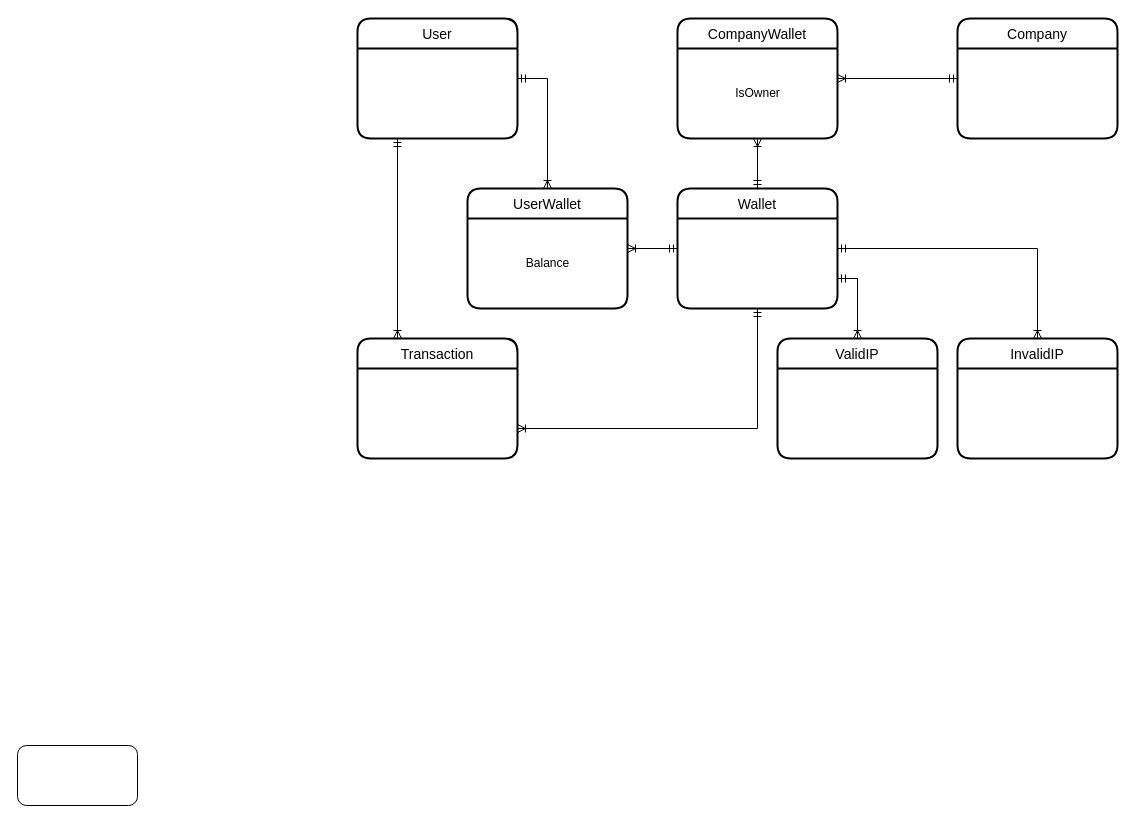
Dariush-Tasdighi/Wallet keeps this draw.io diagram as Dtat.Wallet.Abstractions/Documents/Wallet.drawio. Above is the earlier version. Source tidied: cells renumbered, new cells numbered last; positions are measured from the earlier drawing's top-left corner, leaving out a move shared by most shapes. Both pictures are drawn from the tidied source at 100%, with x=0, y=0 at pixel (17, 18).
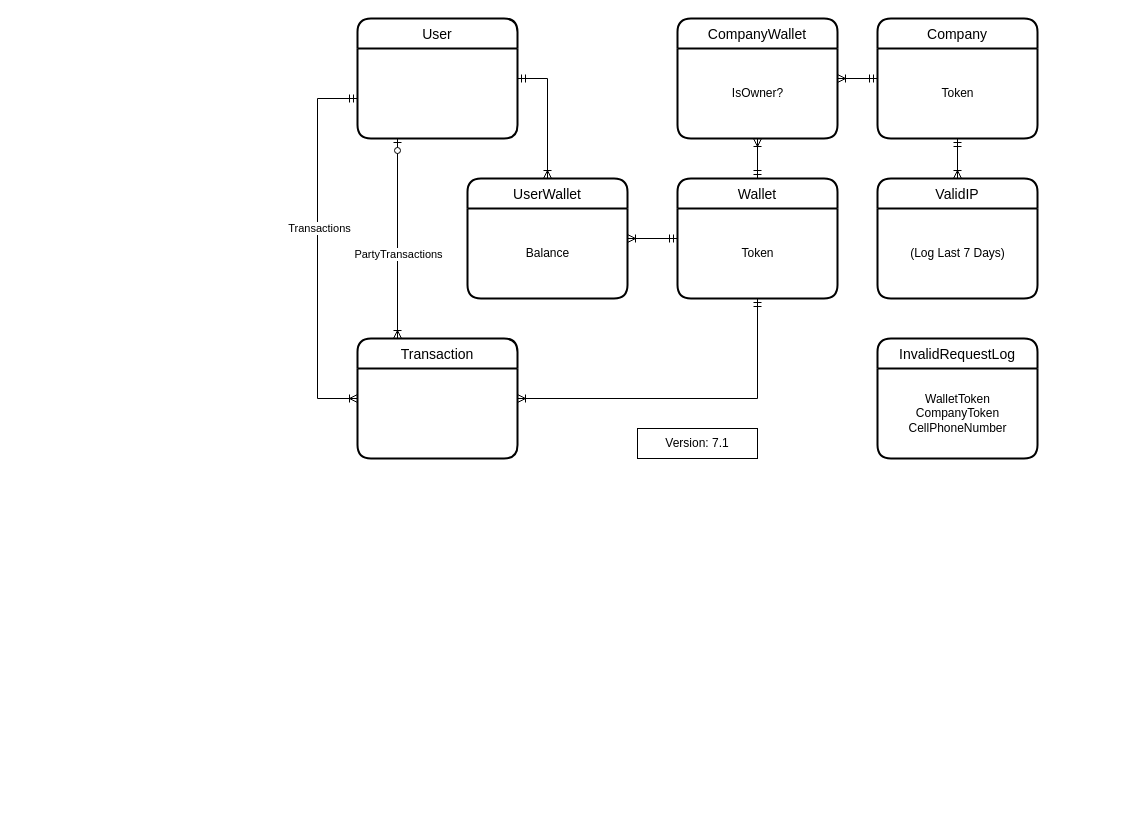
Above is the later version.

The change refers to these unchanged cells:
```xml
<mxCell id="2" value="User" style="swimlane;horizontal=1;startSize=30;rounded=1;fontSize=14;fontStyle=0;strokeWidth=2;shadow=0;dashed=0;align=center;" parent="1" vertex="1">
  <mxGeometry x="340" width="160" height="120" as="geometry" />
</mxCell>
<mxCell id="10" value="Transaction" style="swimlane;horizontal=1;startSize=30;rounded=1;fontSize=14;fontStyle=0;strokeWidth=2;shadow=0;dashed=0;align=center;" parent="1" vertex="1">
  <mxGeometry x="340" y="320" width="160" height="120" as="geometry" />
</mxCell>
<mxCell id="17" value="CompanyWallet" style="swimlane;horizontal=1;startSize=30;rounded=1;fontSize=14;fontStyle=0;strokeWidth=2;shadow=0;dashed=0;align=center;" parent="1" vertex="1">
  <mxGeometry x="660" width="160" height="120" as="geometry" />
</mxCell>
```

The edit, as a diff of the source:
```diff
@@
     <mxCell id="3" value="Company" style="swimlane;horizontal=1;startSize=30;rounded=1;fontSize=14;fontStyle=0;strokeWidth=2;shadow=0;dashed=0;align=center;" parent="1" vertex="1">
-      <mxGeometry x="940" width="160" height="120" as="geometry" />
+      <mxGeometry x="860" width="160" height="120" as="geometry" />
     </mxCell>
+    <mxCell id="21" value="Token" style="text;html=1;align=center;verticalAlign=middle;strokeColor=none;fillColor=none;" parent="3" vertex="1">
+      <mxGeometry y="30" width="160" height="90" as="geometry" />
+    </mxCell>
     <mxCell id="4" value="Wallet" style="swimlane;horizontal=1;startSize=30;rounded=1;fontSize=14;fontStyle=0;strokeWidth=2;shadow=0;dashed=0;align=center;" parent="1" vertex="1">
-      <mxGeometry x="660" y="170" width="160" height="120" as="geometry" />
+      <mxGeometry x="660" y="160" width="160" height="120" as="geometry" />
     </mxCell>
+    <mxCell id="22" value="Token" style="text;html=1;align=center;verticalAlign=middle;strokeColor=none;fillColor=none;" parent="4" vertex="1">
+      <mxGeometry y="30" width="160" height="90" as="geometry" />
+    </mxCell>
@@
     <mxCell id="6" value="UserWallet" style="swimlane;horizontal=1;startSize=30;rounded=1;fontSize=14;fontStyle=0;strokeWidth=2;shadow=0;dashed=0;align=center;" parent="1" vertex="1">
-      <mxGeometry x="450" y="170" width="160" height="120" as="geometry" />
+      <mxGeometry x="450" y="160" width="160" height="120" as="geometry" />
     </mxCell>
@@
-    <mxCell id="11" style="edgeStyle=orthogonalEdgeStyle;fontSize=12;html=1;endArrow=ERoneToMany;startArrow=ERmandOne;rounded=0;entryX=1;entryY=0.75;entryDx=0;entryDy=0;exitX=0.5;exitY=1;exitDx=0;exitDy=0;" parent="1" edge="1" source="4" target="10">
+    <mxCell id="11" style="edgeStyle=orthogonalEdgeStyle;fontSize=12;html=1;endArrow=ERoneToMany;startArrow=ERmandOne;rounded=0;entryX=1;entryY=0.5;entryDx=0;entryDy=0;exitX=0.5;exitY=1;exitDx=0;exitDy=0;" parent="1" edge="1" source="4" target="10">
       <mxGeometry relative="1" as="geometry" />
     </mxCell>
-    <mxCell id="12" style="fontSize=12;html=1;endArrow=ERoneToMany;startArrow=ERmandOne;rounded=0;entryX=0.25;entryY=0;entryDx=0;entryDy=0;exitX=0.25;exitY=1;exitDx=0;exitDy=0;" parent="1" edge="1" source="2" target="10">
-      <mxGeometry relative="1" as="geometry" />
+    <mxCell id="12" style="fontSize=12;html=1;endArrow=ERoneToMany;startArrow=ERmandOne;rounded=0;entryX=0;entryY=0.5;entryDx=0;entryDy=0;edgeStyle=orthogonalEdgeStyle;" parent="1" edge="1" target="10">
+      <mxGeometry relative="1" as="geometry">
+        <mxPoint x="340" y="80" as="sourcePoint" />
+        <Array as="points">
+          <mxPoint x="300" y="80" />
+          <mxPoint x="300" y="380" />
+        </Array>
+      </mxGeometry>
     </mxCell>
+    <mxCell id="23" value="Transactions" style="edgeLabel;html=1;align=center;verticalAlign=middle;" parent="12" vertex="1">
+      <mxGeometry x="-0.12" y="1" relative="1" as="geometry">
+        <mxPoint y="2" as="offset" />
+      </mxGeometry>
+    </mxCell>
     <mxCell id="13" value="ValidIP" style="swimlane;horizontal=1;startSize=30;rounded=1;fontSize=14;fontStyle=0;strokeWidth=2;shadow=0;dashed=0;align=center;" parent="1" vertex="1">
-      <mxGeometry x="760" y="320" width="160" height="120" as="geometry" />
+      <mxGeometry x="860" y="160" width="160" height="120" as="geometry" />
     </mxCell>
+    <mxCell id="24" value="(Log Last 7 Days)" style="text;html=1;align=center;verticalAlign=middle;strokeColor=none;fillColor=none;" parent="13" vertex="1">
+      <mxGeometry y="30" width="160" height="90" as="geometry" />
+    </mxCell>
-    <mxCell id="14" style="edgeStyle=orthogonalEdgeStyle;fontSize=12;html=1;endArrow=ERoneToMany;startArrow=ERmandOne;rounded=0;entryX=0.5;entryY=0;entryDx=0;entryDy=0;exitX=1;exitY=0.75;exitDx=0;exitDy=0;" parent="1" edge="1" source="4" target="13">
+    <mxCell id="14" style="edgeStyle=orthogonalEdgeStyle;fontSize=12;html=1;endArrow=ERoneToMany;startArrow=ERmandOne;rounded=0;entryX=0.5;entryY=0;entryDx=0;entryDy=0;exitX=0.5;exitY=1;exitDx=0;exitDy=0;" parent="1" edge="1" source="3" target="13">
       <mxGeometry relative="1" as="geometry" />
     </mxCell>
-    <mxCell id="15" value="InvalidIP" style="swimlane;horizontal=1;startSize=30;rounded=1;fontSize=14;fontStyle=0;strokeWidth=2;shadow=0;dashed=0;align=center;" parent="1" vertex="1">
-      <mxGeometry x="940" y="320" width="160" height="120" as="geometry" />
+    <mxCell id="15" value="InvalidRequestLog" style="swimlane;horizontal=1;startSize=30;rounded=1;fontSize=14;fontStyle=0;strokeWidth=2;shadow=0;dashed=0;align=center;" parent="1" vertex="1">
+      <mxGeometry x="860" y="320" width="160" height="120" as="geometry" />
     </mxCell>
-    <mxCell id="16" style="edgeStyle=orthogonalEdgeStyle;fontSize=12;html=1;endArrow=ERoneToMany;startArrow=ERmandOne;rounded=0;entryX=0.5;entryY=0;entryDx=0;entryDy=0;exitX=1;exitY=0.5;exitDx=0;exitDy=0;" parent="1" edge="1" source="4" target="15">
-      <mxGeometry relative="1" as="geometry" />
-    </mxCell>
+    <mxCell id="25" value="WalletToken&lt;br&gt;CompanyToken&lt;br&gt;CellPhoneNumber" style="text;html=1;align=center;verticalAlign=middle;strokeColor=none;fillColor=none;rotation=0;" parent="15" vertex="1">
+      <mxGeometry y="30" width="160" height="90" as="geometry" />
+    </mxCell>
@@
-    <mxCell id="18" value="IsOwner" style="text;html=1;align=center;verticalAlign=middle;strokeColor=none;fillColor=none;" parent="17" vertex="1">
+    <mxCell id="18" value="IsOwner?" style="text;html=1;align=center;verticalAlign=middle;strokeColor=none;fillColor=none;" parent="17" vertex="1">
       <mxGeometry y="30" width="160" height="90" as="geometry" />
     </mxCell>
@@
-    <mxCell id="20" style="rounded=1;whiteSpace=wrap;html=1;" parent="1" vertex="1">
-      <mxGeometry y="727" width="120" height="60" as="geometry" />
-    </mxCell>
+    <mxCell id="26" style="fontSize=12;html=1;endArrow=ERoneToMany;startArrow=ERzeroToOne;rounded=0;entryX=0.25;entryY=0;entryDx=0;entryDy=0;exitX=0.25;exitY=1;exitDx=0;exitDy=0;" parent="1" edge="1" source="2" target="10">
+      <mxGeometry relative="1" as="geometry" />
+    </mxCell>
+    <mxCell id="27" value="PartyTransactions" style="edgeLabel;html=1;align=center;verticalAlign=middle;" parent="26" vertex="1">
+      <mxGeometry x="-0.51" y="-2" relative="1" as="geometry">
+        <mxPoint x="2" y="66" as="offset" />
+      </mxGeometry>
+    </mxCell>
+    <mxCell id="28" value="Version: 7.1" style="rounded=0;whiteSpace=wrap;html=1;" parent="1" vertex="1">
+      <mxGeometry x="620" y="410" width="120" height="30" as="geometry" />
+    </mxCell>
```
